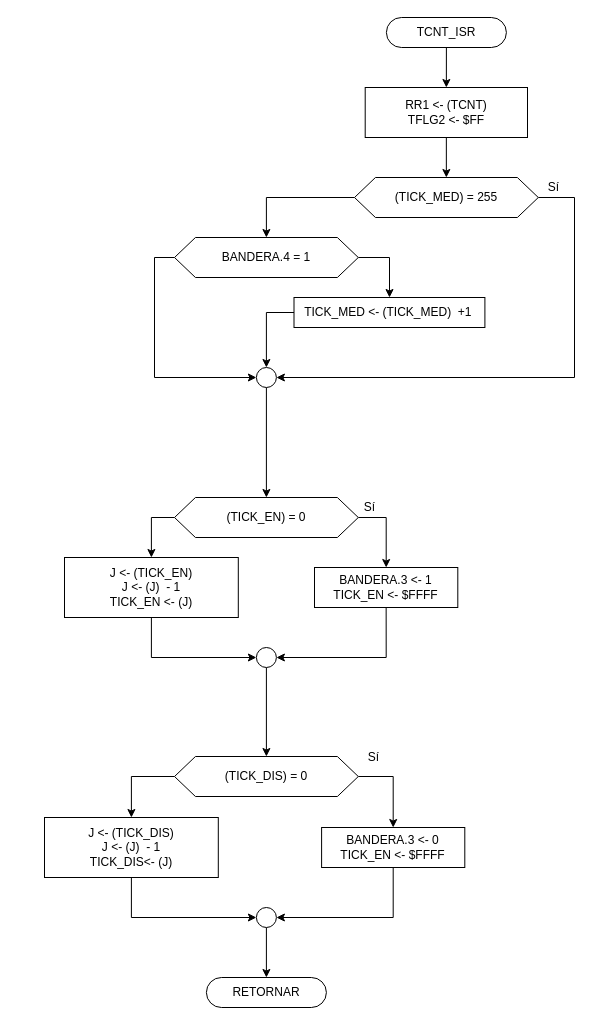
The draw.io diagram Proyecto/diagrams/TCNT_ISR.drawio in moisotico/Microprocesadores, before the edit. Source tidied: cells renumbered, new cells numbered last; positions are measured from the earlier drawing's top-left corner, leaving out a move shared by most shapes. Both pictures are drawn from the tidied source at 100%, with x=0, y=0 at pixel (44, 17).
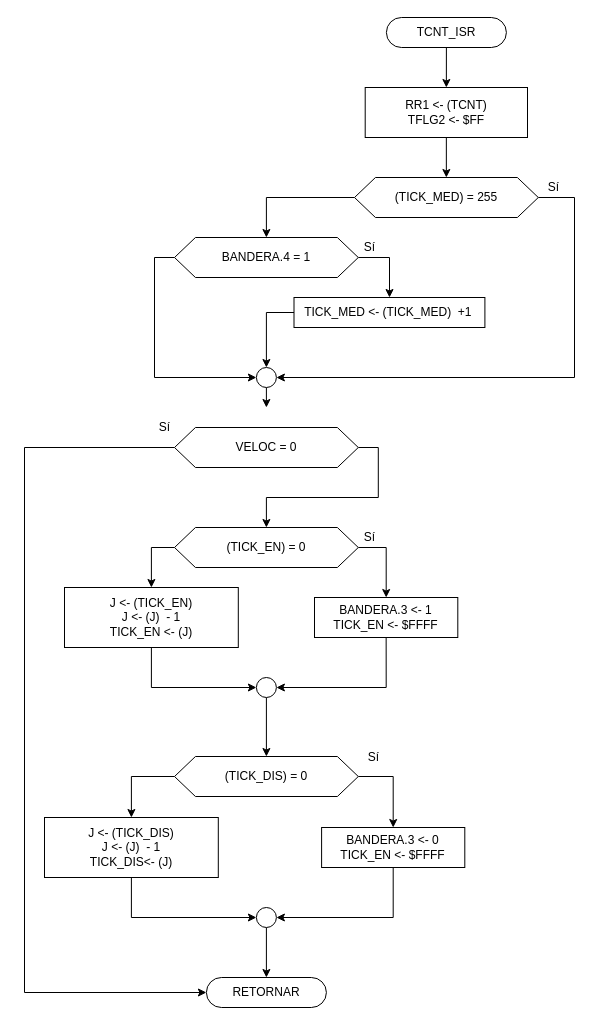
The same diagram, later.

The change refers to these unchanged cells:
```xml
<mxCell id="21" value="RETORNAR" style="rounded=1;whiteSpace=wrap;html=1;fontSize=12;glass=0;strokeWidth=1;shadow=0;arcSize=50;" parent="1" vertex="1">
  <mxGeometry x="161.9" y="960" width="120" height="30" as="geometry" />
</mxCell>
<mxCell id="31" style="ellipse;whiteSpace=wrap;html=1;" parent="1" vertex="1">
  <mxGeometry x="211.9" y="350" width="20" height="20" as="geometry" />
</mxCell>
```

Change to the diagram source:
```diff
@@
     <mxCell id="4" style="ellipse;whiteSpace=wrap;html=1;" parent="1" vertex="1">
-      <mxGeometry x="211.9" y="630" width="20" height="20" as="geometry" />
+      <mxGeometry x="211.9" y="660" width="20" height="20" as="geometry" />
     </mxCell>
@@
     <mxCell id="11" value="BANDERA.3 &amp;lt;- 1&lt;br&gt;TICK_EN &amp;lt;- $FFFF" style="rounded=0;whiteSpace=wrap;html=1;" parent="1" vertex="1">
-      <mxGeometry x="270" y="550" width="143.3" height="40" as="geometry" />
+      <mxGeometry x="270" y="580" width="143.3" height="40" as="geometry" />
     </mxCell>
@@
     <mxCell id="19" value="(TICK_EN) = 0" style="shape=hexagon;perimeter=hexagonPerimeter2;whiteSpace=wrap;html=1;size=0.11394117647058827;" parent="1" vertex="1">
-      <mxGeometry x="130" y="480" width="183.8" height="40" as="geometry" />
+      <mxGeometry x="130" y="510" width="183.8" height="40" as="geometry" />
     </mxCell>
     <mxCell id="20" value="Sí" style="text;html=1;align=center;verticalAlign=middle;" parent="1" vertex="1">
-      <mxGeometry x="310" y="480" width="30" height="20" as="geometry" />
+      <mxGeometry x="310" y="510" width="30" height="20" as="geometry" />
     </mxCell>
@@
-    <mxCell id="30" style="edgeStyle=orthogonalEdgeStyle;rounded=0;jettySize=auto;html=1;exitX=0.5;exitY=1;exitDx=0;exitDy=0;entryX=0.5;entryY=0;entryDx=0;entryDy=0;" parent="1" edge="1" source="31" target="19">
-      <mxGeometry relative="1" as="geometry" />
-    </mxCell>
+    <mxCell id="38" style="edgeStyle=orthogonalEdgeStyle;rounded=0;jettySize=auto;html=1;" parent="1" edge="1" source="31">
+      <mxGeometry relative="1" as="geometry">
+        <mxPoint x="221.9" y="390" as="targetPoint" />
+      </mxGeometry>
+    </mxCell>
@@
     <mxCell id="33" value="J &amp;lt;- (TICK_EN)&lt;br&gt;J &amp;lt;- (J)&amp;nbsp; - 1&lt;br&gt;TICK_EN &amp;lt;- (J)" style="rounded=0;whiteSpace=wrap;html=1;" parent="1" vertex="1">
-      <mxGeometry x="20" y="540" width="173.8" height="60" as="geometry" />
+      <mxGeometry x="20" y="570" width="173.8" height="60" as="geometry" />
     </mxCell>
@@
+    <mxCell id="39" value="Sí" style="text;html=1;align=center;verticalAlign=middle;" parent="1" vertex="1">
+      <mxGeometry x="310" y="220" width="30" height="20" as="geometry" />
+    </mxCell>
+    <mxCell id="40" style="edgeStyle=orthogonalEdgeStyle;rounded=0;jettySize=auto;html=1;exitX=1;exitY=0.5;exitDx=0;exitDy=0;" parent="1" edge="1" source="42" target="19">
+      <mxGeometry relative="1" as="geometry" />
+    </mxCell>
+    <mxCell id="41" style="edgeStyle=orthogonalEdgeStyle;rounded=0;jettySize=auto;html=1;exitX=0;exitY=0.5;exitDx=0;exitDy=0;entryX=0;entryY=0.5;entryDx=0;entryDy=0;" parent="1" edge="1" source="42" target="21">
+      <mxGeometry relative="1" as="geometry">
+        <Array as="points">
+          <mxPoint x="-20" y="430" />
+          <mxPoint x="-20" y="975" />
+        </Array>
+      </mxGeometry>
+    </mxCell>
+    <mxCell id="42" value="VELOC = 0" style="shape=hexagon;perimeter=hexagonPerimeter2;whiteSpace=wrap;html=1;size=0.11394117647058827;" parent="1" vertex="1">
+      <mxGeometry x="130" y="410" width="183.8" height="40" as="geometry" />
+    </mxCell>
+    <mxCell id="43" value="Sí" style="text;html=1;align=center;verticalAlign=middle;" parent="1" vertex="1">
+      <mxGeometry x="105" y="400" width="30" height="20" as="geometry" />
+    </mxCell>
```
